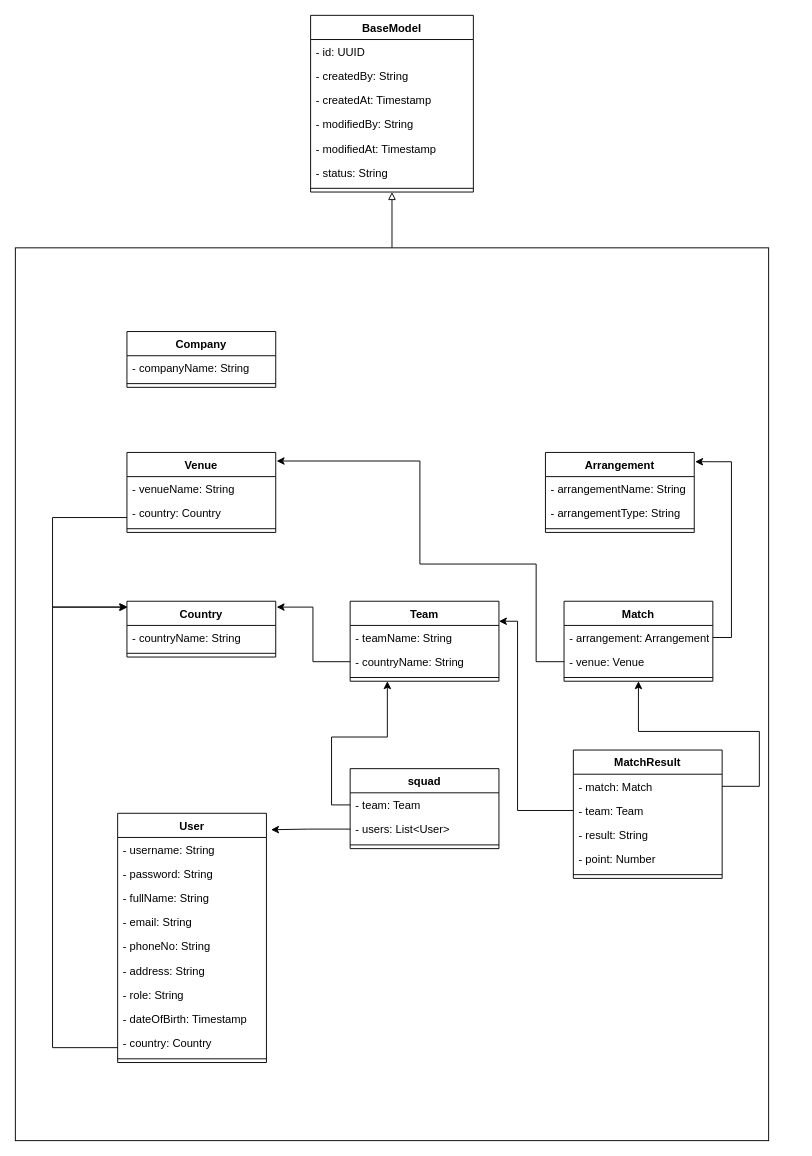
Above: diagrams/UMLICC.drawio in iceyfire0011/ICC (draw.io), before the change. Source tidied: cells renumbered, new cells numbered last; positions are measured from the earlier drawing's top-left corner, leaving out a move shared by most shapes. Both pictures are drawn from the tidied source at 93%, with x=0, y=0 at pixel (15, 15).
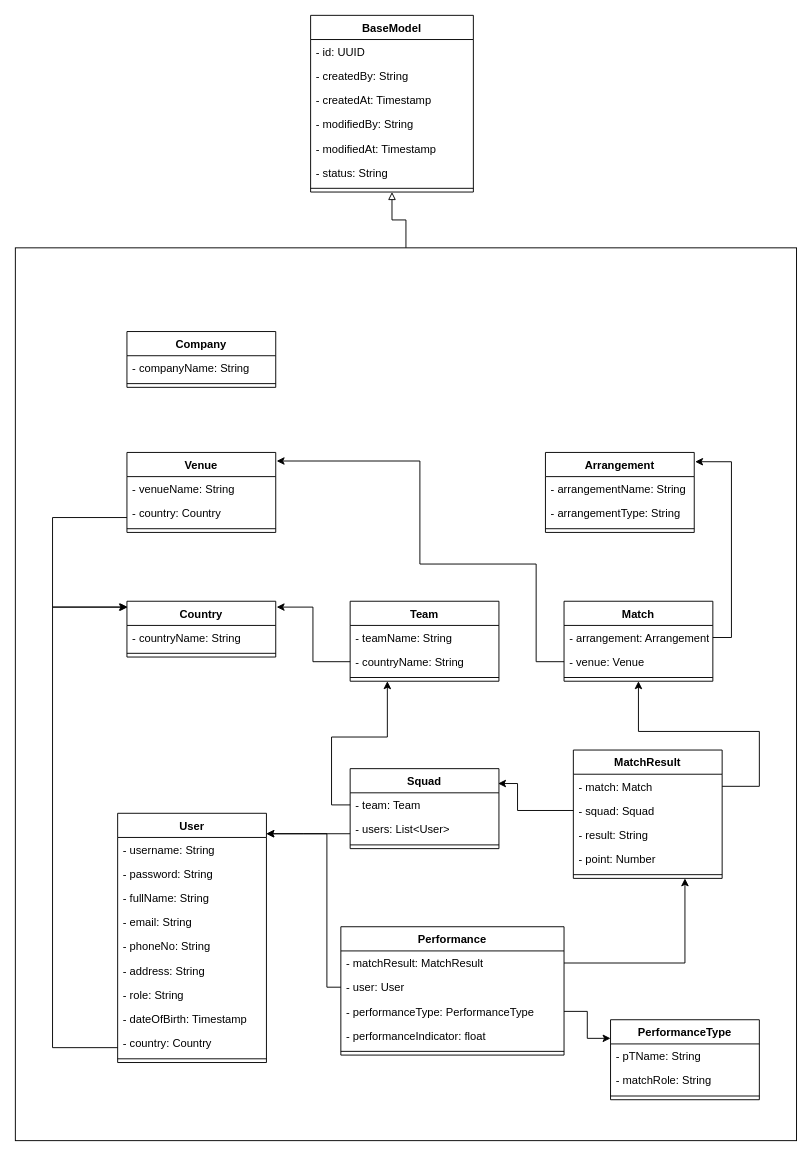
The same diagram, later.

Commit message (it also covers changes not shown here):
project model performance feature added

The change refers to these unchanged cells:
```xml
<mxCell id="18" value="User" style="swimlane;fontStyle=1;align=center;verticalAlign=top;horizontal=1;startSize=26;" parent="1" vertex="1">
  <mxGeometry x="110" y="858" width="160" height="268" as="geometry" />
</mxCell>
<mxCell id="29" value="Team" style="swimlane;fontStyle=1;align=center;verticalAlign=top;horizontal=1;startSize=26;" parent="1" vertex="1">
  <mxGeometry x="360" y="630" width="160" height="86" as="geometry" />
</mxCell>
<mxCell id="35" value="- users: List&lt;User&gt;" style="text;strokeColor=none;fillColor=none;align=left;verticalAlign=top;spacingLeft=4;spacingRight=4;overflow=hidden;points=[[0,0.5],[1,0.5]];portConstraint=eastwest;" parent="33" vertex="1">
  <mxGeometry y="52" width="160" height="26" as="geometry" />
</mxCell>
<mxCell id="54" value="MatchResult" style="swimlane;fontStyle=1;align=center;verticalAlign=top;horizontal=1;startSize=26;" parent="1" vertex="1">
  <mxGeometry x="600" y="790" width="160" height="138" as="geometry" />
</mxCell>
```

Diff of the diagram source:
```diff
@@
     <mxCell id="3" style="rounded=0;whiteSpace=wrap;html=1;" parent="1" vertex="1">
-      <mxGeometry y="250" width="810" height="960" as="geometry" />
+      <mxGeometry y="250" width="840" height="960" as="geometry" />
     </mxCell>
@@
-    <mxCell id="33" value="squad" style="swimlane;fontStyle=1;align=center;verticalAlign=top;horizontal=1;startSize=26;" parent="1" vertex="1">
+    <mxCell id="33" value="Squad" style="swimlane;fontStyle=1;align=center;verticalAlign=top;horizontal=1;startSize=26;" parent="1" vertex="1">
       <mxGeometry x="360" y="810" width="160" height="86" as="geometry" />
     </mxCell>
@@
-    <mxCell id="37" style="edgeStyle=orthogonalEdgeStyle;rounded=0;jettySize=auto;html=1;entryX=1.031;entryY=0.066;entryDx=0;entryDy=0;entryPerimeter=0;" parent="1" edge="1" source="35" target="18">
-      <mxGeometry relative="1" as="geometry" />
+    <mxCell id="37" style="edgeStyle=orthogonalEdgeStyle;rounded=0;jettySize=auto;html=1;" parent="1" edge="1" source="35" target="18">
+      <mxGeometry relative="1" as="geometry">
+        <Array as="points">
+          <mxPoint x="310" y="880" />
+          <mxPoint x="310" y="880" />
+        </Array>
+      </mxGeometry>
     </mxCell>
@@
-    <mxCell id="56" value="- team: Team" style="text;strokeColor=none;fillColor=none;align=left;verticalAlign=top;spacingLeft=4;spacingRight=4;overflow=hidden;points=[[0,0.5],[1,0.5]];portConstraint=eastwest;" parent="54" vertex="1">
+    <mxCell id="56" value="- squad: Squad" style="text;strokeColor=none;fillColor=none;align=left;verticalAlign=top;spacingLeft=4;spacingRight=4;overflow=hidden;points=[[0,0.5],[1,0.5]];portConstraint=eastwest;" parent="54" vertex="1">
       <mxGeometry y="52" width="160" height="26" as="geometry" />
     </mxCell>
@@
-    <mxCell id="61" style="edgeStyle=orthogonalEdgeStyle;rounded=0;jettySize=auto;html=1;entryX=1;entryY=0.25;entryDx=0;entryDy=0;" parent="1" edge="1" source="56" target="29">
+    <mxCell id="61" style="edgeStyle=orthogonalEdgeStyle;rounded=0;jettySize=auto;html=1;entryX=0.994;entryY=0.186;entryDx=0;entryDy=0;entryPerimeter=0;" parent="1" edge="1" source="56" target="33">
       <mxGeometry relative="1" as="geometry">
         <Array as="points">
           <mxPoint x="540" y="855" />
-          <mxPoint x="540" y="652" />
+          <mxPoint x="540" y="826" />
         </Array>
       </mxGeometry>
     </mxCell>
@@
+    <mxCell id="64" value="Performance" style="swimlane;fontStyle=1;align=center;verticalAlign=top;horizontal=1;startSize=26;" parent="1" vertex="1">
+      <mxGeometry x="350" y="980" width="240" height="138" as="geometry" />
+    </mxCell>
+    <mxCell id="65" value="- matchResult: MatchResult" style="text;strokeColor=none;fillColor=none;align=left;verticalAlign=top;spacingLeft=4;spacingRight=4;overflow=hidden;points=[[0,0.5],[1,0.5]];portConstraint=eastwest;" parent="64" vertex="1">
+      <mxGeometry y="26" width="240" height="26" as="geometry" />
+    </mxCell>
+    <mxCell id="66" value="- user: User" style="text;strokeColor=none;fillColor=none;align=left;verticalAlign=top;spacingLeft=4;spacingRight=4;overflow=hidden;points=[[0,0.5],[1,0.5]];portConstraint=eastwest;" parent="64" vertex="1">
+      <mxGeometry y="52" width="240" height="26" as="geometry" />
+    </mxCell>
+    <mxCell id="67" value="- performanceType: PerformanceType" style="text;strokeColor=none;fillColor=none;align=left;verticalAlign=top;spacingLeft=4;spacingRight=4;overflow=hidden;points=[[0,0.5],[1,0.5]];portConstraint=eastwest;" parent="64" vertex="1">
+      <mxGeometry y="78" width="240" height="26" as="geometry" />
+    </mxCell>
+    <mxCell id="68" value="- performanceIndicator: float" style="text;strokeColor=none;fillColor=none;align=left;verticalAlign=top;spacingLeft=4;spacingRight=4;overflow=hidden;" parent="64" vertex="1">
+      <mxGeometry y="104" width="240" height="26" as="geometry" />
+    </mxCell>
+    <mxCell id="69" style="line;strokeWidth=1;fillColor=none;align=left;verticalAlign=middle;spacingTop=-1;spacingLeft=3;spacingRight=3;labelPosition=right;" parent="64" vertex="1">
+      <mxGeometry y="130" width="240" height="8" as="geometry" />
+    </mxCell>
+    <mxCell id="70" style="edgeStyle=orthogonalEdgeStyle;rounded=0;jettySize=auto;html=1;entryX=0.75;entryY=1;entryDx=0;entryDy=0;" parent="1" edge="1" source="65" target="54">
+      <mxGeometry relative="1" as="geometry" />
+    </mxCell>
+    <mxCell id="71" style="edgeStyle=orthogonalEdgeStyle;rounded=0;jettySize=auto;html=1;" parent="1" edge="1" source="66" target="18">
+      <mxGeometry relative="1" as="geometry">
+        <Array as="points">
+          <mxPoint x="335" y="1045" />
+          <mxPoint x="335" y="880" />
+        </Array>
+      </mxGeometry>
+    </mxCell>
+    <mxCell id="72" value="PerformanceType" style="swimlane;fontStyle=1;align=center;verticalAlign=top;horizontal=1;startSize=26;" parent="1" vertex="1">
+      <mxGeometry x="640" y="1080" width="160" height="86" as="geometry" />
+    </mxCell>
+    <mxCell id="73" value="- pTName: String" style="text;strokeColor=none;fillColor=none;align=left;verticalAlign=top;spacingLeft=4;spacingRight=4;overflow=hidden;" parent="72" vertex="1">
+      <mxGeometry y="26" width="160" height="26" as="geometry" />
+    </mxCell>
+    <mxCell id="74" value="- matchRole: String" style="text;strokeColor=none;fillColor=none;align=left;verticalAlign=top;spacingLeft=4;spacingRight=4;overflow=hidden;" parent="72" vertex="1">
+      <mxGeometry y="52" width="160" height="26" as="geometry" />
+    </mxCell>
+    <mxCell id="75" style="line;strokeWidth=1;fillColor=none;align=left;verticalAlign=middle;spacingTop=-1;spacingLeft=3;spacingRight=3;labelPosition=right;" parent="72" vertex="1">
+      <mxGeometry y="78" width="160" height="8" as="geometry" />
+    </mxCell>
+    <mxCell id="76" style="edgeStyle=orthogonalEdgeStyle;rounded=0;jettySize=auto;html=1;exitX=1;exitY=0.5;exitDx=0;exitDy=0;" parent="1" edge="1" source="67" target="72">
+      <mxGeometry relative="1" as="geometry">
+        <Array as="points">
+          <mxPoint x="615" y="1071" />
+          <mxPoint x="615" y="1100" />
+        </Array>
+      </mxGeometry>
+    </mxCell>
```
